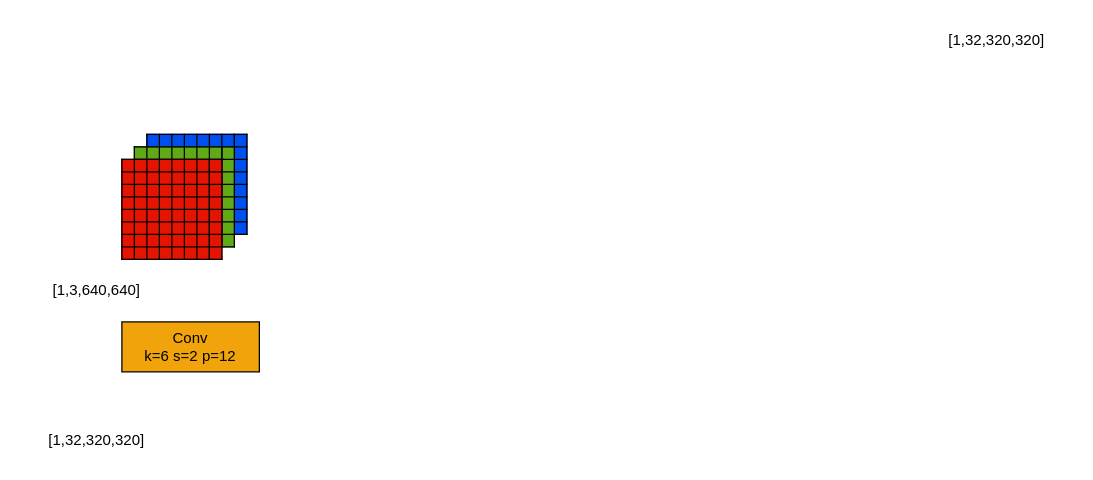
This is Draw.io/本科毕业设计/YOLOv5s_6.x.drawio from Arete-FFF/PicGo, a draw.io file, before an edit. Source tidied: cells renumbered, new cells numbered last; positions are measured from the earlier drawing's top-left corner, leaving out a move shared by most shapes. Both pictures are drawn from the tidied source at 125%, with x=0, y=0 at pixel (21, 21).
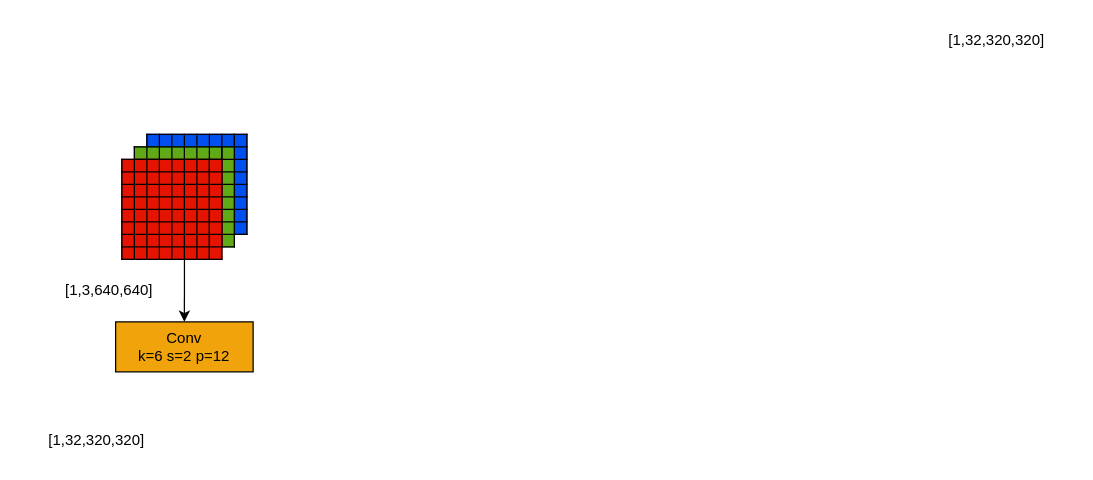
Above is the later version.

Unchanged cells that the change refers to:
```xml
<mxCell id="41" style="shape=partialRectangle;whiteSpace=wrap;html=1;right=0;top=0;bottom=0;fillColor=none;routingCenterX=-0.5;rotation=90;" parent="2" vertex="1">
  <mxGeometry x="30" y="50" width="20" height="80" as="geometry" />
</mxCell>
```

What changed in the source:
```diff
@@
     <mxCell id="48" value="[1,3,640,640]" style="rounded=0;whiteSpace=wrap;html=1;fillColor=none;strokeColor=none;" parent="1" vertex="1">
-      <mxGeometry y="200" width="120" height="30" as="geometry" />
+      <mxGeometry x="10" y="200" width="120" height="30" as="geometry" />
     </mxCell>
@@
     <mxCell id="51" value="Conv&lt;br&gt;k=6 s=2 p=12" style="rounded=0;whiteSpace=wrap;html=1;fillColor=#f0a30a;fontColor=#000000;strokeColor=#000000;" parent="1" vertex="1">
-      <mxGeometry x="80" y="240" width="110" height="40" as="geometry" />
+      <mxGeometry x="75" y="240" width="110" height="40" as="geometry" />
     </mxCell>
+    <mxCell id="52" style="endArrow=classic;html=1;rounded=0;exitX=0.969;exitY=0.374;exitDx=0;exitDy=0;exitPerimeter=0;entryX=0.5;entryY=0;entryDx=0;entryDy=0;" parent="1" edge="1" source="41" target="51">
+      <mxGeometry relative="1" as="geometry" />
+    </mxCell>
```
